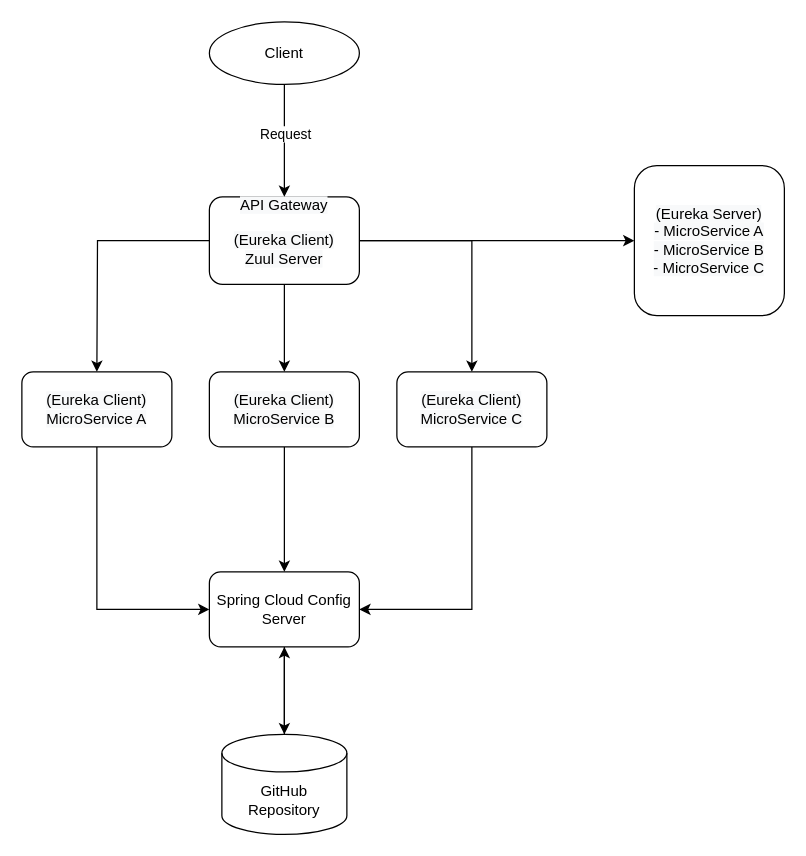
gitSaein/SpringCloudMsaSample keeps this draw.io diagram as Untitled Diagram.drawio. Above is the earlier version. Source tidied: cells renumbered, new cells numbered last; positions are measured from the earlier drawing's top-left corner, leaving out a move shared by most shapes. Both pictures are drawn from the tidied source at 125%, with x=0, y=0 at pixel (21, 21).
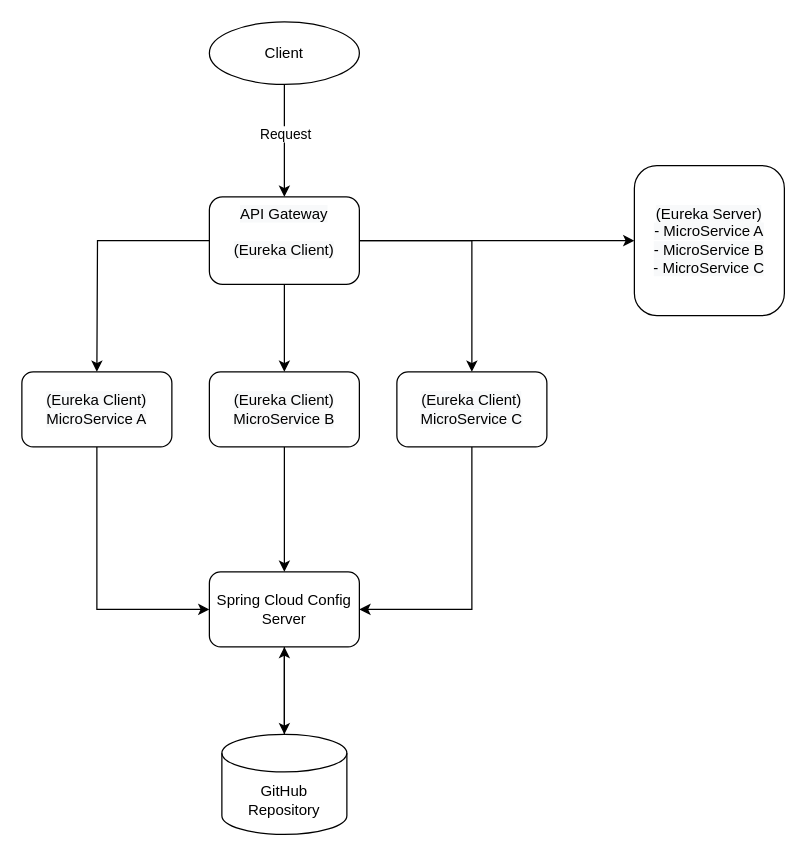
The same diagram, later.

Change to the diagram source:
```diff
@@
-    <mxCell id="11" value="&lt;span style=&quot;color: rgb(0 , 0 , 0) ; font-family: &amp;#34;helvetica&amp;#34; ; font-size: 12px ; font-style: normal ; font-weight: 400 ; letter-spacing: normal ; text-align: center ; text-indent: 0px ; text-transform: none ; word-spacing: 0px ; background-color: rgb(248 , 249 , 250) ; display: inline ; float: none&quot;&gt;API Gateway&lt;br&gt;&lt;br&gt;(Eureka Client)&lt;br&gt;Zuul Server&lt;br&gt;&lt;br&gt;&lt;/span&gt;" style="rounded=1;whiteSpace=wrap;html=1;" parent="1" vertex="1">
+    <mxCell id="11" value="&lt;span style=&quot;color: rgb(0 , 0 , 0) ; font-family: &amp;#34;helvetica&amp;#34; ; font-size: 12px ; font-style: normal ; font-weight: 400 ; letter-spacing: normal ; text-align: center ; text-indent: 0px ; text-transform: none ; word-spacing: 0px ; background-color: rgb(248 , 249 , 250) ; display: inline ; float: none&quot;&gt;API Gateway&lt;br&gt;&lt;br&gt;(Eureka Client)&lt;br&gt;&lt;br&gt;&lt;/span&gt;" style="rounded=1;whiteSpace=wrap;html=1;" parent="1" vertex="1">
       <mxGeometry x="150" y="140" width="120" height="70" as="geometry" />
     </mxCell>
```
